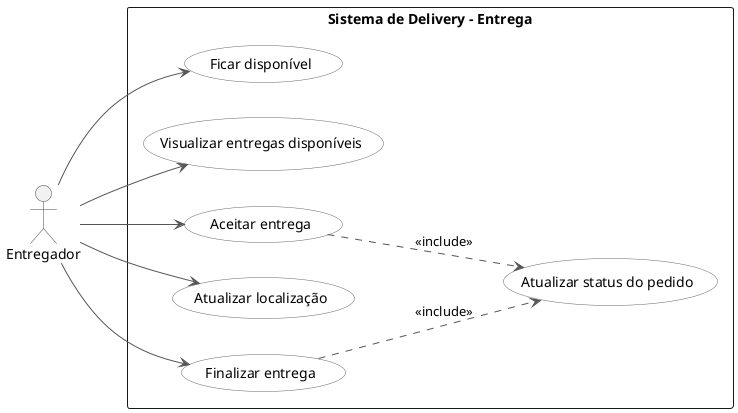
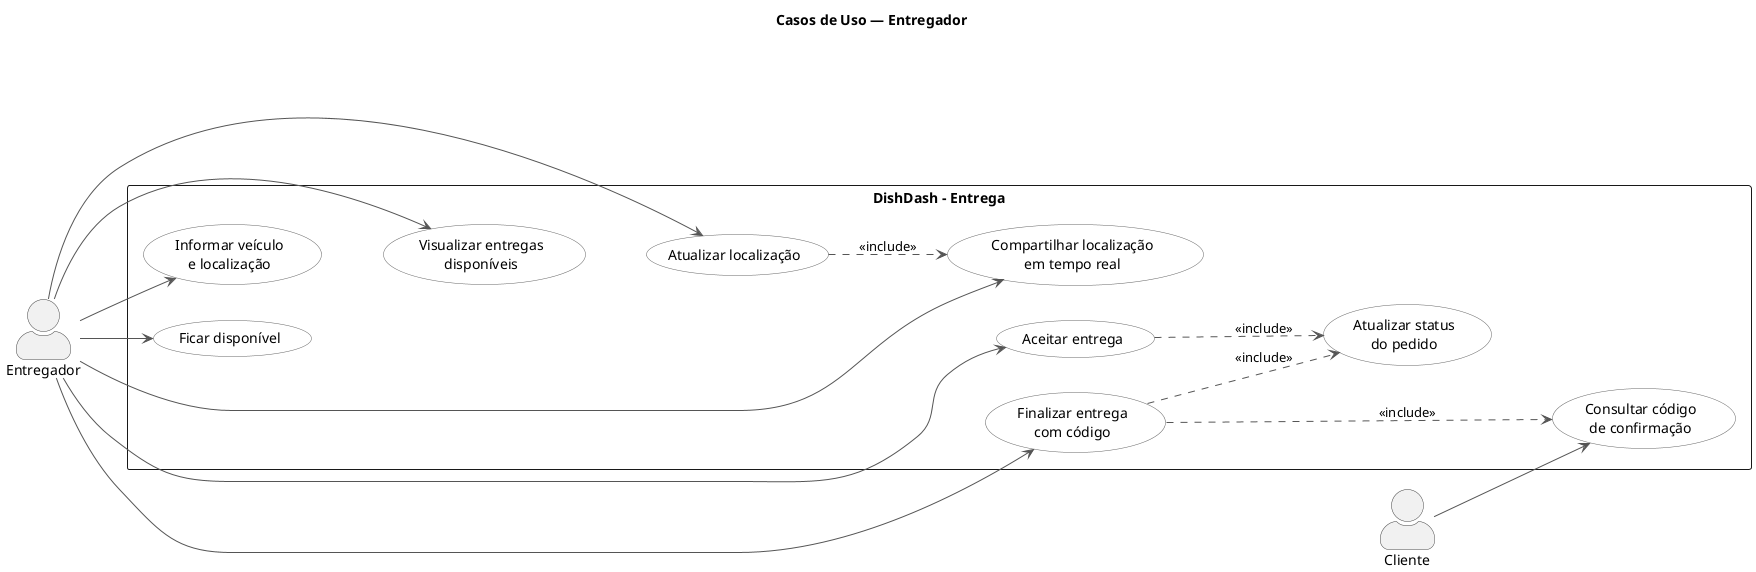
@startuml
+ title Casos de Uso — Entregador
+ 
left to right direction

skinparam shadowing false
skinparam packageStyle rectangle
+ skinparam actorStyle awesome
+ skinparam ArrowColor #555555
+ 
skinparam usecase {
  BackgroundColor white
  BorderColor #666666
}
+ 
skinparam actor {
  BorderColor #444444
}
- skinparam ArrowColor #555555

actor "Entregador" as Entregador
+ actor "Cliente" as Cliente

- rectangle "Sistema de Delivery - Entrega" {
-   usecase "Ficar disponível" as UC15
-   usecase "Visualizar entregas disponíveis" as UC16
-   usecase "Aceitar entrega" as UC17
-   usecase "Atualizar localização" as UC18
-   usecase "Finalizar entrega" as UC19
-   usecase "Atualizar status do pedido" as UC14
+ rectangle "DishDash - Entrega" {
+   usecase "Ficar disponível" as UC01
+   usecase "Informar veículo\ne localização" as UC02
+   usecase "Visualizar entregas\ndisponíveis" as UC03
+   usecase "Aceitar entrega" as UC04
+   usecase "Atualizar localização" as UC05
+   usecase "Compartilhar localização\nem tempo real" as UC06
+   usecase "Finalizar entrega\ncom código" as UC07
+   usecase "Atualizar status\ndo pedido" as UC08
+   usecase "Consultar código\nde confirmação" as UC09
}

- Entregador --> UC15
- Entregador --> UC16
- Entregador --> UC17
- Entregador --> UC18
- Entregador --> UC19
+ Entregador --> UC01
+ Entregador --> UC02
+ Entregador --> UC03
+ Entregador --> UC04
+ Entregador --> UC05
+ Entregador --> UC06
+ Entregador --> UC07

- UC17 ..> UC14 : <<include>>
- UC19 ..> UC14 : <<include>>
+ Cliente --> UC09
+ 
+ UC04 ..> UC08 : <<include>>
+ UC05 ..> UC06 : <<include>>
+ UC07 ..> UC08 : <<include>>
+ UC07 ..> UC09 : <<include>>
+ 
+ ' Ligações ocultas para melhorar distribuição
+ UC01 -[hidden]-> UC03
+ UC03 -[hidden]-> UC05
+ UC05 -[hidden]-> UC07
+ UC08 -[hidden]-> UC09

@enduml